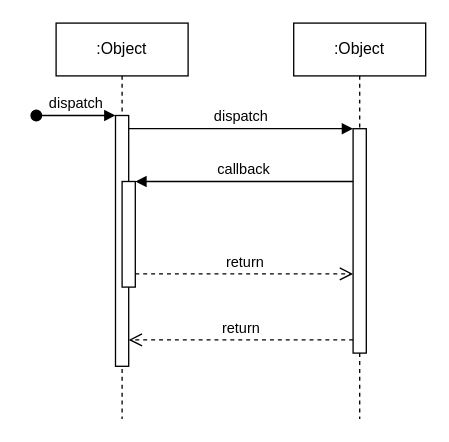
EugeneMatatov/furniture keeps this draw.io diagram as Untitled Diagram.drawio. Above is the earlier version. Source tidied: cells renumbered, new cells numbered last; positions are measured from the earlier drawing's top-left corner, leaving out a move shared by most shapes. Both pictures are drawn from the tidied source at 132%, with x=0, y=0 at pixel (36, 22).
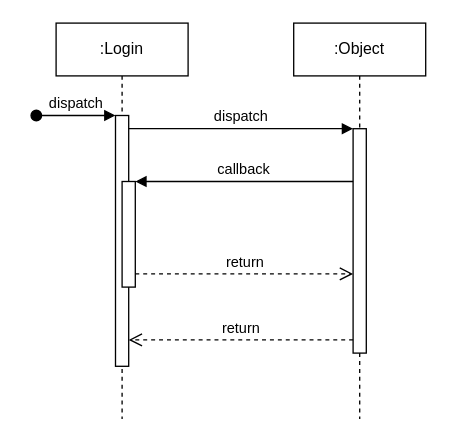
Above is the later version.

Commit message:
login start

What changed in the source:
```diff
@@
 <mxGraphModel>
   <root>
     <mxCell id="0" />
     <mxCell id="1" parent="0" />
-    <mxCell id="2" value=":Object" style="shape=umlLifeline;perimeter=lifelinePerimeter;whiteSpace=wrap;html=1;newEdgeStyle={&quot;edgeStyle&quot;:&quot;elbowEdgeStyle&quot;,&quot;elbow&quot;:&quot;vertical&quot;,&quot;curved&quot;:0,&quot;rounded&quot;:0};" parent="1" vertex="1">
+    <mxCell id="2" value=":Login" style="shape=umlLifeline;perimeter=lifelinePerimeter;whiteSpace=wrap;html=1;newEdgeStyle={&quot;edgeStyle&quot;:&quot;elbowEdgeStyle&quot;,&quot;elbow&quot;:&quot;vertical&quot;,&quot;curved&quot;:0,&quot;rounded&quot;:0};" parent="1" vertex="1">
       <mxGeometry x="15" width="100" height="300" as="geometry" />
     </mxCell>
     <mxCell id="3" style="html=1;points=[];perimeter=orthogonalPerimeter;outlineConnect=0;targetShapes=umlLifeline;portConstraint=eastwest;newEdgeStyle={&quot;edgeStyle&quot;:&quot;elbowEdgeStyle&quot;,&quot;elbow&quot;:&quot;vertical&quot;,&quot;curved&quot;:0,&quot;rounded&quot;:0};" parent="2" vertex="1">
       <mxGeometry x="45" y="70" width="10" height="190" as="geometry" />
     </mxCell>
     <mxCell id="4" value="dispatch" style="html=1;verticalAlign=bottom;startArrow=oval;endArrow=block;startSize=8;edgeStyle=elbowEdgeStyle;elbow=vertical;curved=0;rounded=0;" parent="2" edge="1" target="3">
       <mxGeometry relative="1" as="geometry">
         <mxPoint x="-15" y="70" as="sourcePoint" />
       </mxGeometry>
     </mxCell>
     <mxCell id="5" style="html=1;points=[];perimeter=orthogonalPerimeter;outlineConnect=0;targetShapes=umlLifeline;portConstraint=eastwest;newEdgeStyle={&quot;edgeStyle&quot;:&quot;elbowEdgeStyle&quot;,&quot;elbow&quot;:&quot;vertical&quot;,&quot;curved&quot;:0,&quot;rounded&quot;:0};" parent="2" vertex="1">
       <mxGeometry x="50" y="120" width="10" height="80" as="geometry" />
     </mxCell>
     <mxCell id="6" value=":Object" style="shape=umlLifeline;perimeter=lifelinePerimeter;whiteSpace=wrap;html=1;newEdgeStyle={&quot;edgeStyle&quot;:&quot;elbowEdgeStyle&quot;,&quot;elbow&quot;:&quot;vertical&quot;,&quot;curved&quot;:0,&quot;rounded&quot;:0};" parent="1" vertex="1">
       <mxGeometry x="195" width="100" height="300" as="geometry" />
     </mxCell>
     <mxCell id="7" style="html=1;points=[];perimeter=orthogonalPerimeter;outlineConnect=0;targetShapes=umlLifeline;portConstraint=eastwest;newEdgeStyle={&quot;edgeStyle&quot;:&quot;elbowEdgeStyle&quot;,&quot;elbow&quot;:&quot;vertical&quot;,&quot;curved&quot;:0,&quot;rounded&quot;:0};" parent="6" vertex="1">
       <mxGeometry x="45" y="80" width="10" height="170" as="geometry" />
     </mxCell>
     <mxCell id="8" value="dispatch" style="html=1;verticalAlign=bottom;endArrow=block;edgeStyle=elbowEdgeStyle;elbow=vertical;curved=0;rounded=0;" parent="1" edge="1" source="3" target="7">
       <mxGeometry relative="1" as="geometry">
         <Array as="points">
           <mxPoint x="155" y="80" />
         </Array>
       </mxGeometry>
     </mxCell>
     <mxCell id="9" value="return" style="html=1;verticalAlign=bottom;endArrow=open;dashed=1;endSize=8;edgeStyle=elbowEdgeStyle;elbow=vertical;curved=0;rounded=0;" parent="1" edge="1" source="7" target="3">
       <mxGeometry relative="1" as="geometry">
         <Array as="points">
           <mxPoint x="165" y="240" />
         </Array>
       </mxGeometry>
     </mxCell>
     <mxCell id="10" value="callback" style="html=1;verticalAlign=bottom;endArrow=block;edgeStyle=elbowEdgeStyle;elbow=vertical;curved=0;rounded=0;" parent="1" edge="1" source="7" target="5">
       <mxGeometry relative="1" as="geometry">
         <Array as="points">
           <mxPoint x="165" y="120" />
         </Array>
       </mxGeometry>
     </mxCell>
     <mxCell id="11" value="return" style="html=1;verticalAlign=bottom;endArrow=open;dashed=1;endSize=8;edgeStyle=elbowEdgeStyle;elbow=vertical;curved=0;rounded=0;" parent="1" edge="1" source="5" target="7">
       <mxGeometry relative="1" as="geometry">
         <Array as="points">
           <mxPoint x="155" y="190" />
         </Array>
       </mxGeometry>
     </mxCell>
   </root>
 </mxGraphModel>
```
